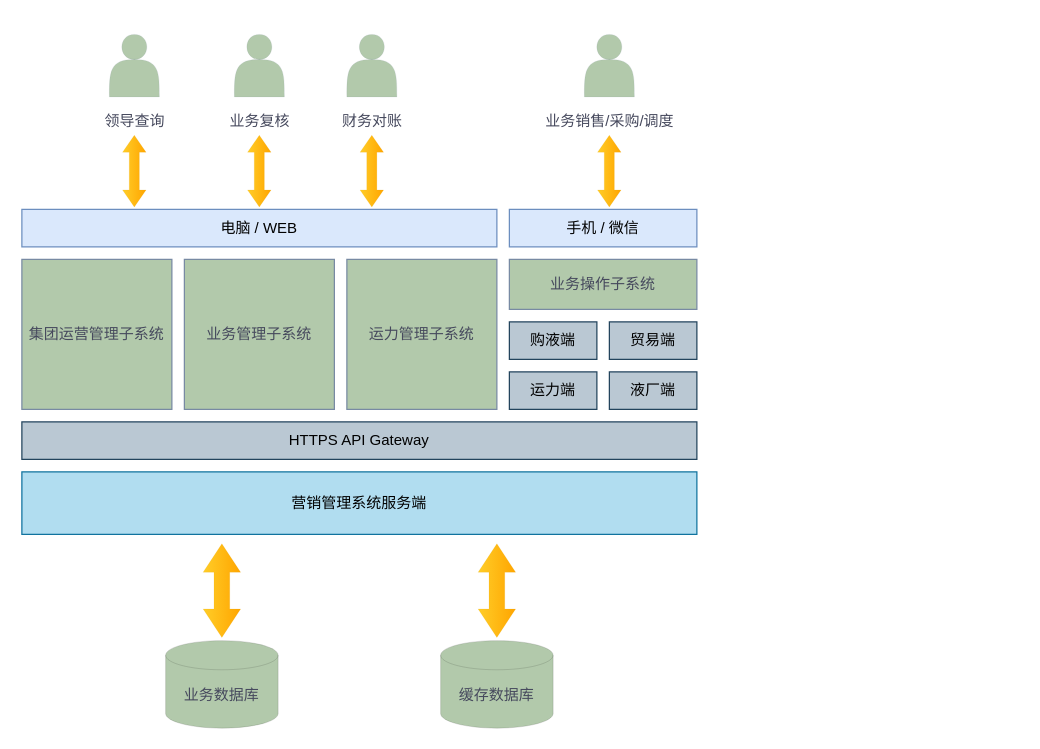
daijingjing/daijingjing.github.io keeps this draw.io diagram as Untitled Diagram.drawio. Above is the earlier version. Source tidied: cells renumbered, new cells numbered last; positions are measured from the earlier drawing's top-left corner, leaving out a move shared by most shapes. Both pictures are drawn from the tidied source at 125%, with x=0, y=0 at pixel (21, 21).
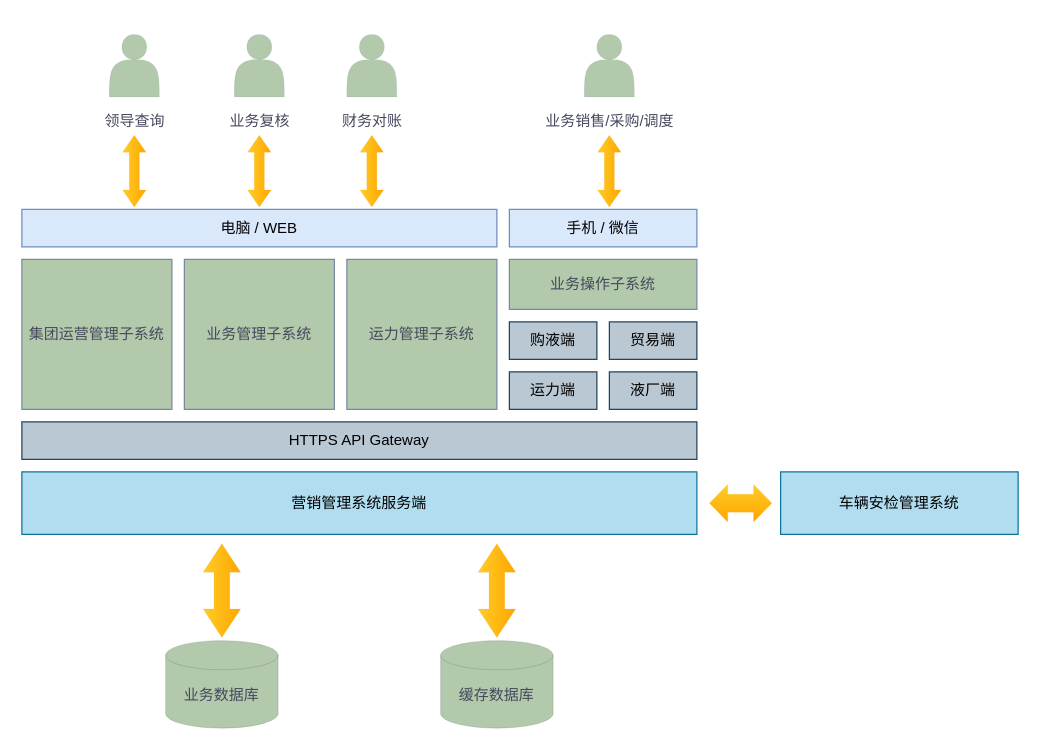
Above is the later version.

Commit message:
增加车辆安检和称重系统

Change to the diagram source:
```diff
@@
+    <mxCell id="34" value="车辆安检管理系统" style="rounded=0;whiteSpace=wrap;html=1;fillColor=#b1ddf0;strokeColor=#10739e;" parent="1" vertex="1">
+      <mxGeometry x="607" y="360" width="190" height="50" as="geometry" />
+    </mxCell>
+    <mxCell id="35" style="html=1;shadow=0;dashed=0;align=center;verticalAlign=middle;shape=mxgraph.arrows2.twoWayArrow;dy=0.52;dx=14.67;rounded=0;sketch=0;strokeColor=#d79b00;strokeWidth=0;fillColor=#ffcd28;rotation=0;gradientColor=#ffa500;" parent="1" vertex="1">
+      <mxGeometry x="550" y="370" width="50" height="30" as="geometry" />
+    </mxCell>
```
